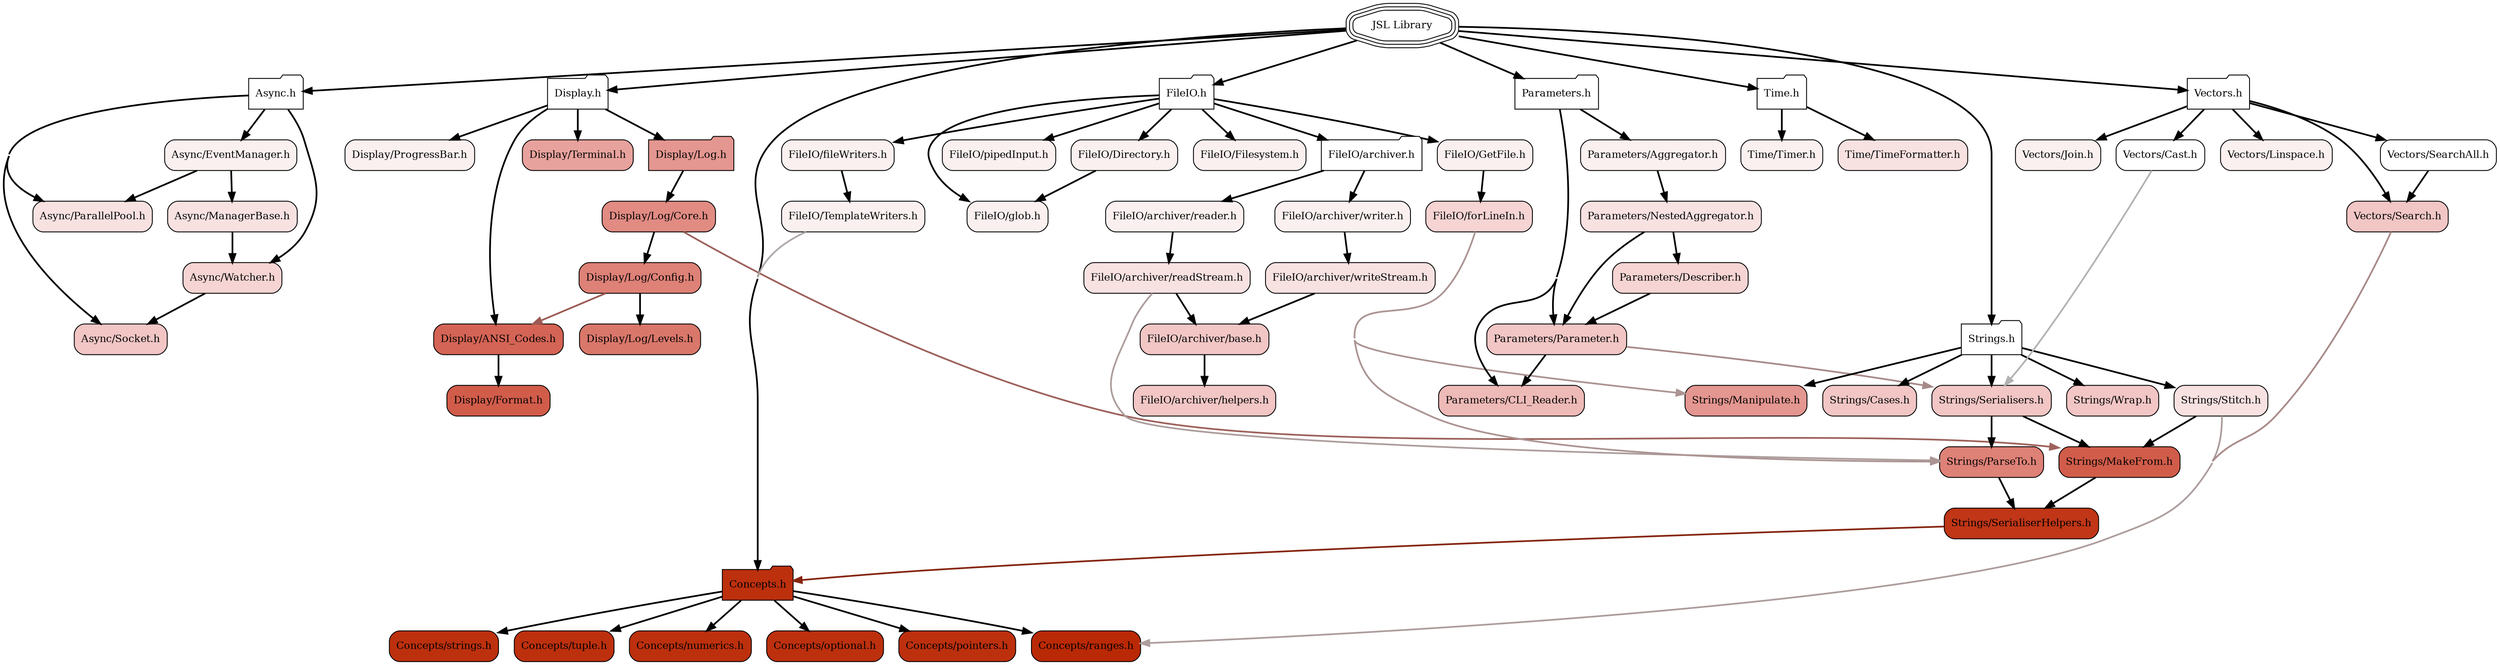
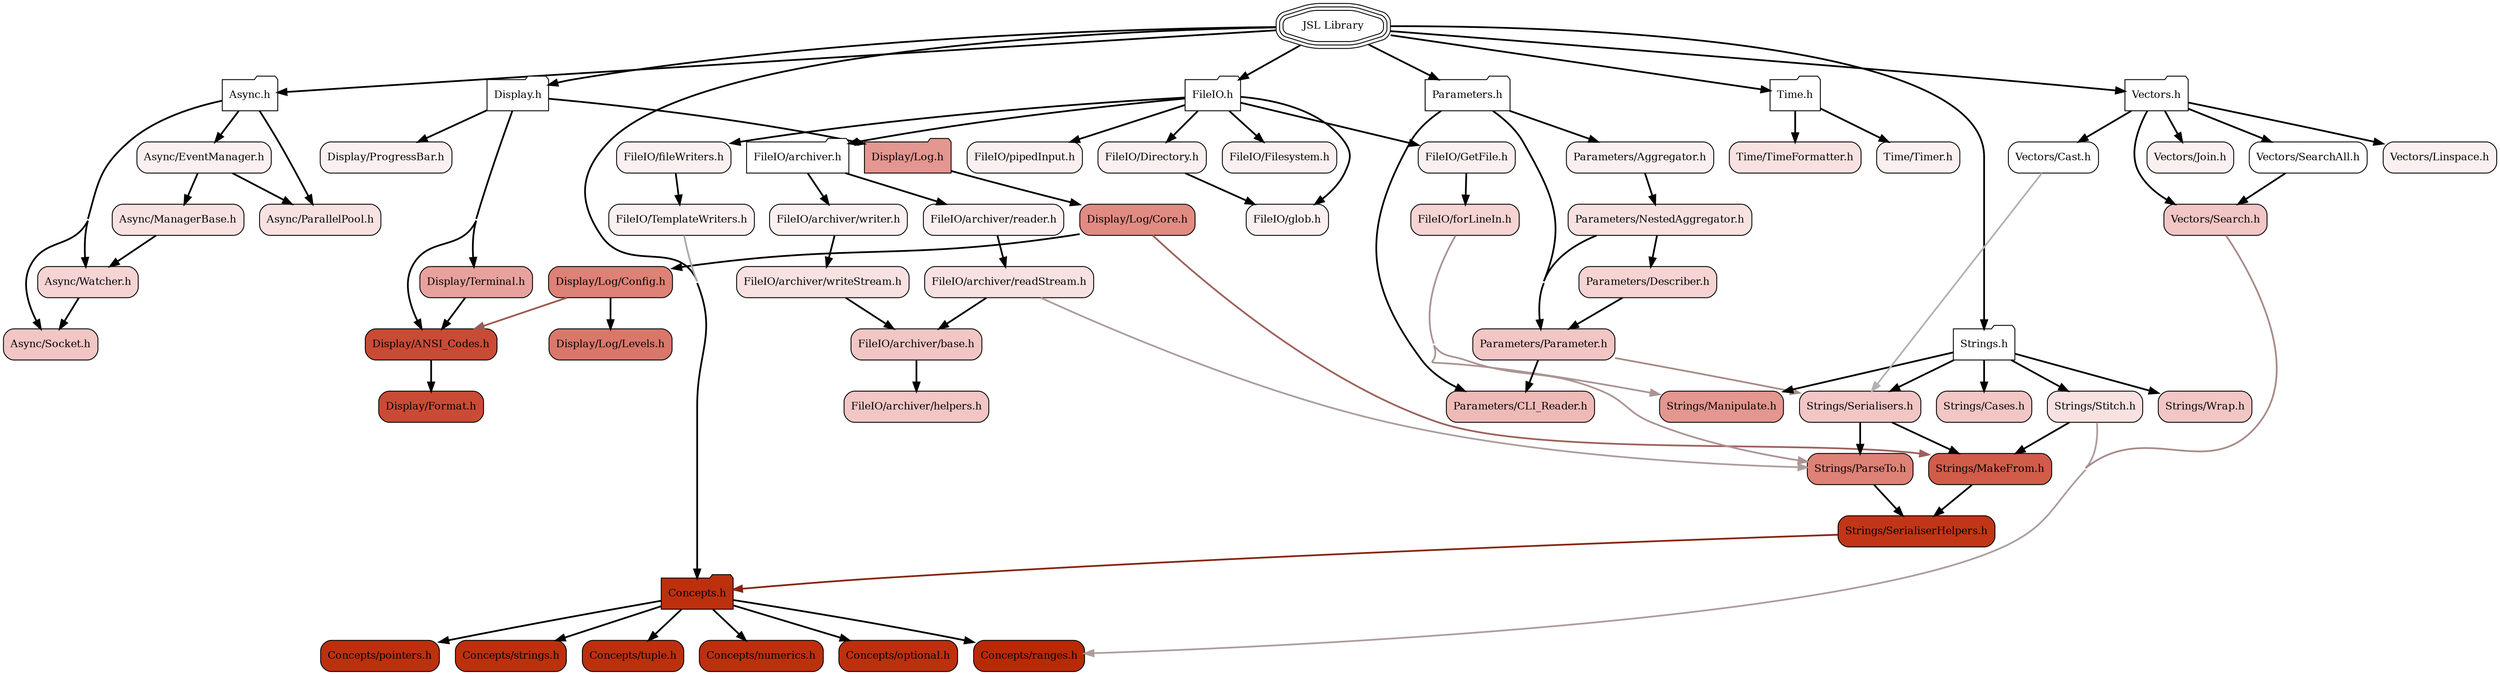
digraph codeviz{
	bgcolor="#ffffff"
	concentrate=true
	splines=true
	sep="+15,+15"
	overlap=false

	node[shape=Mrecord,fontsize=12]

	node[fillcolor="#ffffff", style="rounded,filled", shape=tripleoctagon, color="black"] "JSL.h"                           [label="JSL Library"]
	node[fillcolor="#ffffff", style="rounded,filled", shape=folder, color="black"] "Async.h"                         [label="Async.h"]
	node[fillcolor="#fbf0f0", style="rounded,filled", shape=box, color="black"] "Async/EventManager.h"            [label="Async/EventManager.h"]
	node[fillcolor="#f8e1e1", style="rounded,filled", shape=box, color="black"] "Async/ManagerBase.h"             [label="Async/ManagerBase.h"]
	node[fillcolor="#f8e1e1", style="rounded,filled", shape=box, color="black"] "Async/ParallelPool.h"            [label="Async/ParallelPool.h"]
	node[fillcolor="#f1c6c5", style="rounded,filled", shape=box, color="black"] "Async/Socket.h"                  [label="Async/Socket.h"]
	node[fillcolor="#f5d4d3", style="rounded,filled", shape=box, color="black"] "Async/Watcher.h"                 [label="Async/Watcher.h"]
	node[fillcolor="#bd300e", style="rounded,filled", shape=folder, color="black"] "Concepts.h"                      [label="Concepts.h"]
	node[fillcolor="#bd300e", style="rounded,filled", shape=box, color="black"] "Concepts/numerics.h"             [label="Concepts/numerics.h"]
	node[fillcolor="#bd300e", style="rounded,filled", shape=box, color="black"] "Concepts/optional.h"             [label="Concepts/optional.h"]
	node[fillcolor="#bd300e", style="rounded,filled", shape=box, color="black"] "Concepts/pointers.h"             [label="Concepts/pointers.h"]
	node[fillcolor="#ba2905", style="rounded,filled", shape=box, color="black"] "Concepts/ranges.h"               [label="Concepts/ranges.h"]
	node[fillcolor="#bd300e", style="rounded,filled", shape=box, color="black"] "Concepts/strings.h"              [label="Concepts/strings.h"]
	node[fillcolor="#bd300e", style="rounded,filled", shape=box, color="black"] "Concepts/tuple.h"                [label="Concepts/tuple.h"]
	node[fillcolor="#ffffff", style="rounded,filled", shape=folder, color="black"] "Display.h"                       [label="Display.h"]
- 	node[fillcolor="#d46455", style="rounded,filled", shape=box, color="black"] "Display/ANSI_Codes.h"            [label="Display/ANSI_Codes.h"]
- 	node[fillcolor="#d15c4a", style="rounded,filled", shape=box, color="black"] "Display/Format.h"                [label="Display/Format.h"]
+ 	node[fillcolor="#ca4b35", style="rounded,filled", shape=box, color="black"] "Display/ANSI_Codes.h"            [label="Display/ANSI_Codes.h"]
+ 	node[fillcolor="#ca4b35", style="rounded,filled", shape=box, color="black"] "Display/Format.h"                [label="Display/Format.h"]
	node[fillcolor="#e49690", style="rounded,filled", shape=folder, color="black"] "Display/Log.h"                   [label="Display/Log.h"]
	node[fillcolor="#de8177", style="rounded,filled", shape=box, color="black"] "Display/Log/Config.h"            [label="Display/Log/Config.h"]
	node[fillcolor="#e18b83", style="rounded,filled", shape=box, color="black"] "Display/Log/Core.h"              [label="Display/Log/Core.h"]
	node[fillcolor="#da776b", style="rounded,filled", shape=box, color="black"] "Display/Log/Levels.h"            [label="Display/Log/Levels.h"]
	node[fillcolor="#fbf0f0", style="rounded,filled", shape=box, color="black"] "Display/ProgressBar.h"           [label="Display/ProgressBar.h"]
	node[fillcolor="#e8a29d", style="rounded,filled", shape=box, color="black"] "Display/Terminal.h"              [label="Display/Terminal.h"]
	node[fillcolor="#ffffff", style="rounded,filled", shape=folder, color="black"] "FileIO.h"                        [label="FileIO.h"]
	node[fillcolor="#fbf0f0", style="rounded,filled", shape=box, color="black"] "FileIO/Directory.h"              [label="FileIO/Directory.h"]
	node[fillcolor="#fbf0f0", style="rounded,filled", shape=box, color="black"] "FileIO/Filesystem.h"             [label="FileIO/Filesystem.h"]
	node[fillcolor="#fbf0f0", style="rounded,filled", shape=box, color="black"] "FileIO/GetFile.h"                [label="FileIO/GetFile.h"]
	node[fillcolor="#fbf0f0", style="rounded,filled", shape=box, color="black"] "FileIO/TemplateWriters.h"        [label="FileIO/TemplateWriters.h"]
	node[fillcolor="#ffffff", style="rounded,filled", shape=folder, color="black"] "FileIO/archiver.h"               [label="FileIO/archiver.h"]
	node[fillcolor="#f1c6c5", style="rounded,filled", shape=box, color="black"] "FileIO/archiver/base.h"          [label="FileIO/archiver/base.h"]
	node[fillcolor="#f1c6c5", style="rounded,filled", shape=box, color="black"] "FileIO/archiver/helpers.h"       [label="FileIO/archiver/helpers.h"]
	node[fillcolor="#f8e1e1", style="rounded,filled", shape=box, color="black"] "FileIO/archiver/readStream.h"    [label="FileIO/archiver/readStream.h"]
	node[fillcolor="#fbf0f0", style="rounded,filled", shape=box, color="black"] "FileIO/archiver/reader.h"        [label="FileIO/archiver/reader.h"]
	node[fillcolor="#f8e1e1", style="rounded,filled", shape=box, color="black"] "FileIO/archiver/writeStream.h"   [label="FileIO/archiver/writeStream.h"]
	node[fillcolor="#fbf0f0", style="rounded,filled", shape=box, color="black"] "FileIO/archiver/writer.h"        [label="FileIO/archiver/writer.h"]
	node[fillcolor="#fbf0f0", style="rounded,filled", shape=box, color="black"] "FileIO/fileWriters.h"            [label="FileIO/fileWriters.h"]
	node[fillcolor="#f5d4d3", style="rounded,filled", shape=box, color="black"] "FileIO/forLineIn.h"              [label="FileIO/forLineIn.h"]
	node[fillcolor="#fbf0f0", style="rounded,filled", shape=box, color="black"] "FileIO/glob.h"                   [label="FileIO/glob.h"]
	node[fillcolor="#fbf0f0", style="rounded,filled", shape=box, color="black"] "FileIO/pipedInput.h"             [label="FileIO/pipedInput.h"]
	node[fillcolor="#ffffff", style="rounded,filled", shape=folder, color="black"] "Parameters.h"                    [label="Parameters.h"]
	node[fillcolor="#fbf0f0", style="rounded,filled", shape=box, color="black"] "Parameters/Aggregator.h"         [label="Parameters/Aggregator.h"]
	node[fillcolor="#eebab7", style="rounded,filled", shape=box, color="black"] "Parameters/CLI_Reader.h"         [label="Parameters/CLI_Reader.h"]
	node[fillcolor="#f5d4d3", style="rounded,filled", shape=box, color="black"] "Parameters/Describer.h"          [label="Parameters/Describer.h"]
	node[fillcolor="#f8e1e1", style="rounded,filled", shape=box, color="black"] "Parameters/NestedAggregator.h"   [label="Parameters/NestedAggregator.h"]
	node[fillcolor="#f1c6c5", style="rounded,filled", shape=box, color="black"] "Parameters/Parameter.h"          [label="Parameters/Parameter.h"]
	node[fillcolor="#ffffff", style="rounded,filled", shape=folder, color="black"] "Strings.h"                       [label="Strings.h"]
	node[fillcolor="#f1c6c5", style="rounded,filled", shape=box, color="black"] "Strings/Cases.h"                 [label="Strings/Cases.h"]
	node[fillcolor="#d15c4a", style="rounded,filled", shape=box, color="black"] "Strings/MakeFrom.h"              [label="Strings/MakeFrom.h"]
	node[fillcolor="#e49690", style="rounded,filled", shape=box, color="black"] "Strings/Manipulate.h"            [label="Strings/Manipulate.h"]
	node[fillcolor="#de8177", style="rounded,filled", shape=box, color="black"] "Strings/ParseTo.h"               [label="Strings/ParseTo.h"]
	node[fillcolor="#c03617", style="rounded,filled", shape=box, color="black"] "Strings/SerialiserHelpers.h"     [label="Strings/SerialiserHelpers.h"]
	node[fillcolor="#f1c6c5", style="rounded,filled", shape=box, color="black"] "Strings/Serialisers.h"           [label="Strings/Serialisers.h"]
	node[fillcolor="#f8e1e1", style="rounded,filled", shape=box, color="black"] "Strings/Stitch.h"                [label="Strings/Stitch.h"]
	node[fillcolor="#f1c6c5", style="rounded,filled", shape=box, color="black"] "Strings/Wrap.h"                  [label="Strings/Wrap.h"]
	node[fillcolor="#ffffff", style="rounded,filled", shape=folder, color="black"] "Time.h"                          [label="Time.h"]
	node[fillcolor="#f8e1e1", style="rounded,filled", shape=box, color="black"] "Time/TimeFormatter.h"            [label="Time/TimeFormatter.h"]
	node[fillcolor="#fbf0f0", style="rounded,filled", shape=box, color="black"] "Time/Timer.h"                    [label="Time/Timer.h"]
	node[fillcolor="#ffffff", style="rounded,filled", shape=folder, color="black"] "Vectors.h"                       [label="Vectors.h"]
	node[fillcolor="#ffffff", style="rounded,filled", shape=box, color="black"] "Vectors/Cast.h"                  [label="Vectors/Cast.h"]
	node[fillcolor="#fbf0f0", style="rounded,filled", shape=box, color="black"] "Vectors/Join.h"                  [label="Vectors/Join.h"]
	node[fillcolor="#fbf0f0", style="rounded,filled", shape=box, color="black"] "Vectors/Linspace.h"              [label="Vectors/Linspace.h"]
	node[fillcolor="#f1c6c5", style="rounded,filled", shape=box, color="black"] "Vectors/Search.h"                [label="Vectors/Search.h"]
	node[fillcolor="#ffffff", style="rounded,filled", shape=box, color="black"] "Vectors/SearchAll.h"             [label="Vectors/SearchAll.h"]
+ 	"JSL.h"                           -> "Time.h"[weight=10,penwidth=2]
	"JSL.h"                           -> "Display.h"[weight=10,penwidth=2]
+ 	"JSL.h"                           -> "Concepts.h"[weight=10,penwidth=2]
	"JSL.h"                           -> "Async.h"[weight=10,penwidth=2]
	"JSL.h"                           -> "FileIO.h"[weight=10,penwidth=2]
- 	"JSL.h"                           -> "Time.h"[weight=10,penwidth=2]
- 	"JSL.h"                           -> "Concepts.h"[weight=10,penwidth=2]
	"JSL.h"                           -> "Vectors.h"[weight=10,penwidth=2]
+ 	"JSL.h"                           -> "Strings.h"[weight=10,penwidth=2]
	"JSL.h"                           -> "Parameters.h"[weight=10,penwidth=2]
- 	"JSL.h"                           -> "Strings.h"[weight=10,penwidth=2]
	"Async.h"                         -> "Async/Socket.h"[weight=10,penwidth=2]
	"Async.h"                         -> "Async/Watcher.h"[weight=10,penwidth=2]
	"Async.h"                         -> "Async/EventManager.h"[weight=10,penwidth=2]
	"Async.h"                         -> "Async/ParallelPool.h"[weight=10,penwidth=2]
	"Async/EventManager.h"            -> "Async/ManagerBase.h"[weight=10,penwidth=2]
	"Async/EventManager.h"            -> "Async/ParallelPool.h"[weight=10,penwidth=2]
	"Async/ManagerBase.h"             -> "Async/Watcher.h"[weight=10,penwidth=2]
	"Async/Watcher.h"                 -> "Async/Socket.h"[weight=10,penwidth=2]
+ 	"Concepts.h"                      -> "Concepts/pointers.h"[weight=10,penwidth=2]
+ 	"Concepts.h"                      -> "Concepts/strings.h"[weight=10,penwidth=2]
+ 	"Concepts.h"                      -> "Concepts/tuple.h"[weight=10,penwidth=2]
	"Concepts.h"                      -> "Concepts/ranges.h"[weight=10,penwidth=2]
	"Concepts.h"                      -> "Concepts/optional.h"[weight=10,penwidth=2]
- 	"Concepts.h"                      -> "Concepts/pointers.h"[weight=10,penwidth=2]
- 	"Concepts.h"                      -> "Concepts/strings.h"[weight=10,penwidth=2]
	"Concepts.h"                      -> "Concepts/numerics.h"[weight=10,penwidth=2]
- 	"Concepts.h"                      -> "Concepts/tuple.h"[weight=10,penwidth=2]
- 	"Display.h"                       -> "Display/ProgressBar.h"[weight=10,penwidth=2]
+ 	"Display.h"                       -> "Display/Terminal.h"[weight=10,penwidth=2]
	"Display.h"                       -> "Display/ANSI_Codes.h"[weight=10,penwidth=2]
	"Display.h"                       -> "Display/Log.h"[weight=10,penwidth=2]
- 	"Display.h"                       -> "Display/Terminal.h"[weight=10,penwidth=2]
+ 	"Display.h"                       -> "Display/ProgressBar.h"[weight=10,penwidth=2]
	"Display/ANSI_Codes.h"            -> "Display/Format.h"[weight=10,penwidth=2]
	"Display/Log.h"                   -> "Display/Log/Core.h"[weight=10,penwidth=2]
+ 	"Display/Log/Config.h"            -> "Display/ANSI_Codes.h"[weight=0,penwidth=2,color="#9b5a53"]
	"Display/Log/Config.h"            -> "Display/Log/Levels.h"[weight=10,penwidth=2]
- 	"Display/Log/Config.h"            -> "Display/ANSI_Codes.h"[weight=0,penwidth=2,color="#9b5a53"]
	"Display/Log/Core.h"              -> "Display/Log/Config.h"[weight=10,penwidth=2]
	"Display/Log/Core.h"              -> "Strings/MakeFrom.h"[weight=0,penwidth=2,color="#9d615b"]
+ 	"Display/Terminal.h"              -> "Display/ANSI_Codes.h"[weight=10,penwidth=2]
	"FileIO.h"                        -> "FileIO/GetFile.h"[weight=10,penwidth=2]
+ 	"FileIO.h"                        -> "FileIO/Directory.h"[weight=10,penwidth=2]
	"FileIO.h"                        -> "FileIO/pipedInput.h"[weight=10,penwidth=2]
- 	"FileIO.h"                        -> "FileIO/archiver.h"[weight=10,penwidth=2]
	"FileIO.h"                        -> "FileIO/fileWriters.h"[weight=10,penwidth=2]
	"FileIO.h"                        -> "FileIO/Filesystem.h"[weight=10,penwidth=2]
- 	"FileIO.h"                        -> "FileIO/Directory.h"[weight=10,penwidth=2]
	"FileIO.h"                        -> "FileIO/glob.h"[weight=10,penwidth=2]
+ 	"FileIO.h"                        -> "FileIO/archiver.h"[weight=10,penwidth=2]
	"FileIO/Directory.h"              -> "FileIO/glob.h"[weight=10,penwidth=2]
	"FileIO/GetFile.h"                -> "FileIO/forLineIn.h"[weight=10,penwidth=2]
	"FileIO/TemplateWriters.h"        -> "Concepts.h"[weight=0,penwidth=2,color="#afa8a8"]
	"FileIO/archiver.h"               -> "FileIO/archiver/writer.h"[weight=10,penwidth=2]
	"FileIO/archiver.h"               -> "FileIO/archiver/reader.h"[weight=10,penwidth=2]
	"FileIO/archiver/base.h"          -> "FileIO/archiver/helpers.h"[weight=10,penwidth=2]
	"FileIO/archiver/readStream.h"    -> "FileIO/archiver/base.h"[weight=10,penwidth=2]
	"FileIO/archiver/readStream.h"    -> "Strings/ParseTo.h"[weight=0,penwidth=2,color="#ad9d9d"]
	"FileIO/archiver/reader.h"        -> "FileIO/archiver/readStream.h"[weight=10,penwidth=2]
	"FileIO/archiver/writeStream.h"   -> "FileIO/archiver/base.h"[weight=10,penwidth=2]
	"FileIO/archiver/writer.h"        -> "FileIO/archiver/writeStream.h"[weight=10,penwidth=2]
	"FileIO/fileWriters.h"            -> "FileIO/TemplateWriters.h"[weight=10,penwidth=2]
+ 	"FileIO/forLineIn.h"              -> "Strings/ParseTo.h"[weight=0,penwidth=2,color="#ab9493"]
	"FileIO/forLineIn.h"              -> "Strings/Manipulate.h"[weight=0,penwidth=2,color="#ab9493"]
- 	"FileIO/forLineIn.h"              -> "Strings/ParseTo.h"[weight=0,penwidth=2,color="#ab9493"]
	"Parameters.h"                    -> "Parameters/Parameter.h"[weight=10,penwidth=2]
	"Parameters.h"                    -> "Parameters/Aggregator.h"[weight=10,penwidth=2]
	"Parameters.h"                    -> "Parameters/CLI_Reader.h"[weight=10,penwidth=2]
	"Parameters/Aggregator.h"         -> "Parameters/NestedAggregator.h"[weight=10,penwidth=2]
	"Parameters/Describer.h"          -> "Parameters/Parameter.h"[weight=10,penwidth=2]
+ 	"Parameters/NestedAggregator.h"   -> "Parameters/Describer.h"[weight=10,penwidth=2]
	"Parameters/NestedAggregator.h"   -> "Parameters/Parameter.h"[weight=10,penwidth=2]
- 	"Parameters/NestedAggregator.h"   -> "Parameters/Describer.h"[weight=10,penwidth=2]
	"Parameters/Parameter.h"          -> "Parameters/CLI_Reader.h"[weight=10,penwidth=2]
	"Parameters/Parameter.h"          -> "Strings/Serialisers.h"[weight=0,penwidth=2,color="#a88a89"]
	"Strings.h"                       -> "Strings/Serialisers.h"[weight=10,penwidth=2]
	"Strings.h"                       -> "Strings/Cases.h"[weight=10,penwidth=2]
	"Strings.h"                       -> "Strings/Manipulate.h"[weight=10,penwidth=2]
	"Strings.h"                       -> "Strings/Stitch.h"[weight=10,penwidth=2]
	"Strings.h"                       -> "Strings/Wrap.h"[weight=10,penwidth=2]
	"Strings/MakeFrom.h"              -> "Strings/SerialiserHelpers.h"[weight=10,penwidth=2]
	"Strings/ParseTo.h"               -> "Strings/SerialiserHelpers.h"[weight=10,penwidth=2]
	"Strings/SerialiserHelpers.h"     -> "Concepts.h"[weight=0,penwidth=2,color="#862510"]
	"Strings/Serialisers.h"           -> "Strings/MakeFrom.h"[weight=10,penwidth=2]
	"Strings/Serialisers.h"           -> "Strings/ParseTo.h"[weight=10,penwidth=2]
	"Strings/Stitch.h"                -> "Concepts/ranges.h"[weight=0,penwidth=2,color="#ad9d9d"]
	"Strings/Stitch.h"                -> "Strings/MakeFrom.h"[weight=10,penwidth=2]
	"Time.h"                          -> "Time/Timer.h"[weight=10,penwidth=2]
	"Time.h"                          -> "Time/TimeFormatter.h"[weight=10,penwidth=2]
	"Vectors.h"                       -> "Vectors/Cast.h"[weight=10,penwidth=2]
	"Vectors.h"                       -> "Vectors/Search.h"[weight=10,penwidth=2]
	"Vectors.h"                       -> "Vectors/SearchAll.h"[weight=10,penwidth=2]
	"Vectors.h"                       -> "Vectors/Join.h"[weight=10,penwidth=2]
	"Vectors.h"                       -> "Vectors/Linspace.h"[weight=10,penwidth=2]
	"Vectors/Cast.h"                  -> "Strings/Serialisers.h"[weight=0,penwidth=2,color="#b2b2b2"]
	"Vectors/Search.h"                -> "Concepts/ranges.h"[weight=0,penwidth=2,color="#a88a89"]
	"Vectors/SearchAll.h"             -> "Vectors/Search.h"[weight=10,penwidth=2]
}